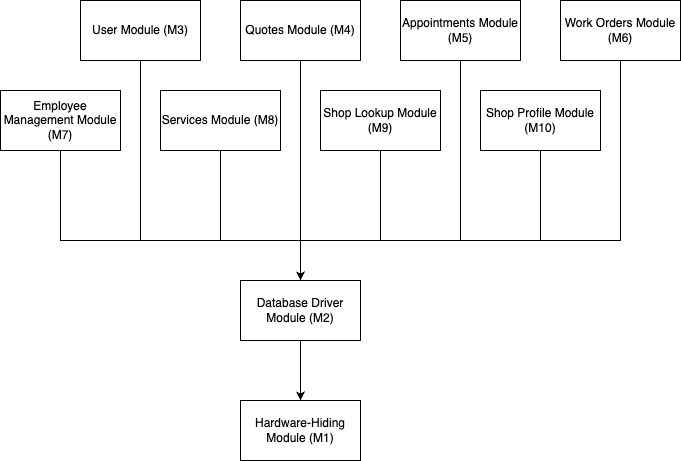
Above: docs/Design/SoftArchitecture/UsesHierarchy.png in arkinmodi/project-sayyara (draw.io), before the change. Source tidied: cells renumbered, new cells last; positions are measured from the earlier drawing's top-left corner, leaving out a move shared by most shapes.
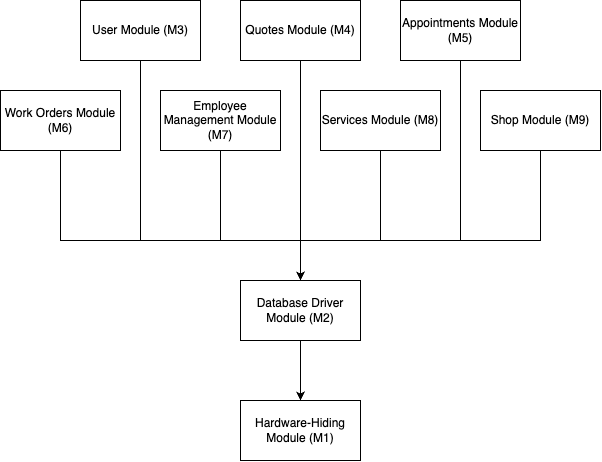
Later version of the same file.

Commit message:
[Design] [MG] Update Use Hierarchy Between Modules (#415)

Relate https://github.com/arkinmodi/project-sayyara/issues/349

Diff of the diagram source:
```diff
@@ -39,13 +39,13 @@
     <mxCell id="10" style="edgeStyle=orthogonalEdgeStyle;rounded=0;jettySize=auto;html=1;exitX=0.5;exitY=1;exitDx=0;exitDy=0;entryX=0.5;entryY=0;entryDx=0;entryDy=0;" parent="1" edge="1" source="11" target="3">
       <mxGeometry relative="1" as="geometry">
         <Array as="points">
-          <mxPoint x="620" y="240" />
+          <mxPoint x="540" y="240" />
           <mxPoint x="300" y="240" />
         </Array>
       </mxGeometry>
     </mxCell>
-    <mxCell id="11" value="Work Orders Module (M6)" style="rounded=0;whiteSpace=wrap;html=1;" parent="1" vertex="1">
-      <mxGeometry x="560" width="120" height="60" as="geometry" />
+    <mxCell id="11" value="Shop Module (M9)" style="rounded=0;whiteSpace=wrap;html=1;" parent="1" vertex="1">
+      <mxGeometry x="480" y="90" width="120" height="60" as="geometry" />
     </mxCell>
     <mxCell id="12" style="edgeStyle=orthogonalEdgeStyle;rounded=0;jettySize=auto;html=1;exitX=0.5;exitY=1;exitDx=0;exitDy=0;entryX=0.5;entryY=0;entryDx=0;entryDy=0;" parent="1" edge="1" source="13" target="3">
       <mxGeometry relative="1" as="geometry">
@@ -55,7 +55,7 @@
         </Array>
       </mxGeometry>
     </mxCell>
-    <mxCell id="13" value="Employee Management Module (M7)" style="rounded=0;whiteSpace=wrap;html=1;" parent="1" vertex="1">
+    <mxCell id="13" value="Work Orders Module (M6)" style="rounded=0;whiteSpace=wrap;html=1;" parent="1" vertex="1">
       <mxGeometry y="90" width="120" height="60" as="geometry" />
     </mxCell>
     <mxCell id="14" style="edgeStyle=orthogonalEdgeStyle;rounded=0;jettySize=auto;html=1;exitX=0.5;exitY=1;exitDx=0;exitDy=0;entryX=0.5;entryY=0;entryDx=0;entryDy=0;" parent="1" edge="1" source="15" target="3">
@@ -66,7 +66,7 @@
         </Array>
       </mxGeometry>
     </mxCell>
-    <mxCell id="15" value="Services Module (M8)" style="rounded=0;whiteSpace=wrap;html=1;" parent="1" vertex="1">
+    <mxCell id="15" value="Employee Management Module (M7)" style="rounded=0;whiteSpace=wrap;html=1;" parent="1" vertex="1">
       <mxGeometry x="160" y="90" width="120" height="60" as="geometry" />
     </mxCell>
     <mxCell id="16" style="edgeStyle=orthogonalEdgeStyle;rounded=0;jettySize=auto;html=1;exitX=0.5;exitY=1;exitDx=0;exitDy=0;entryX=0.5;entryY=0;entryDx=0;entryDy=0;" parent="1" edge="1" source="17" target="3">
@@ -77,20 +77,9 @@
         </Array>
       </mxGeometry>
     </mxCell>
-    <mxCell id="17" value="Shop Lookup Module (M9)" style="rounded=0;whiteSpace=wrap;html=1;" parent="1" vertex="1">
+    <mxCell id="17" value="Services Module (M8)" style="rounded=0;whiteSpace=wrap;html=1;" parent="1" vertex="1">
       <mxGeometry x="320" y="90" width="120" height="60" as="geometry" />
     </mxCell>
-    <mxCell id="18" style="edgeStyle=orthogonalEdgeStyle;rounded=0;jettySize=auto;html=1;exitX=0.5;exitY=1;exitDx=0;exitDy=0;entryX=0.5;entryY=0;entryDx=0;entryDy=0;" parent="1" edge="1" source="19" target="3">
-      <mxGeometry relative="1" as="geometry">
-        <Array as="points">
-          <mxPoint x="540" y="240" />
-          <mxPoint x="300" y="240" />
-        </Array>
-      </mxGeometry>
-    </mxCell>
-    <mxCell id="19" value="Shop Profile Module (M10)" style="rounded=0;whiteSpace=wrap;html=1;" parent="1" vertex="1">
-      <mxGeometry x="480" y="90" width="120" height="60" as="geometry" />
-    </mxCell>
     <mxCell id="20" value="Hardware-Hiding Module (M1)" style="rounded=0;whiteSpace=wrap;html=1;" parent="1" vertex="1">
       <mxGeometry x="240" y="400" width="120" height="60" as="geometry" />
     </mxCell>
```
